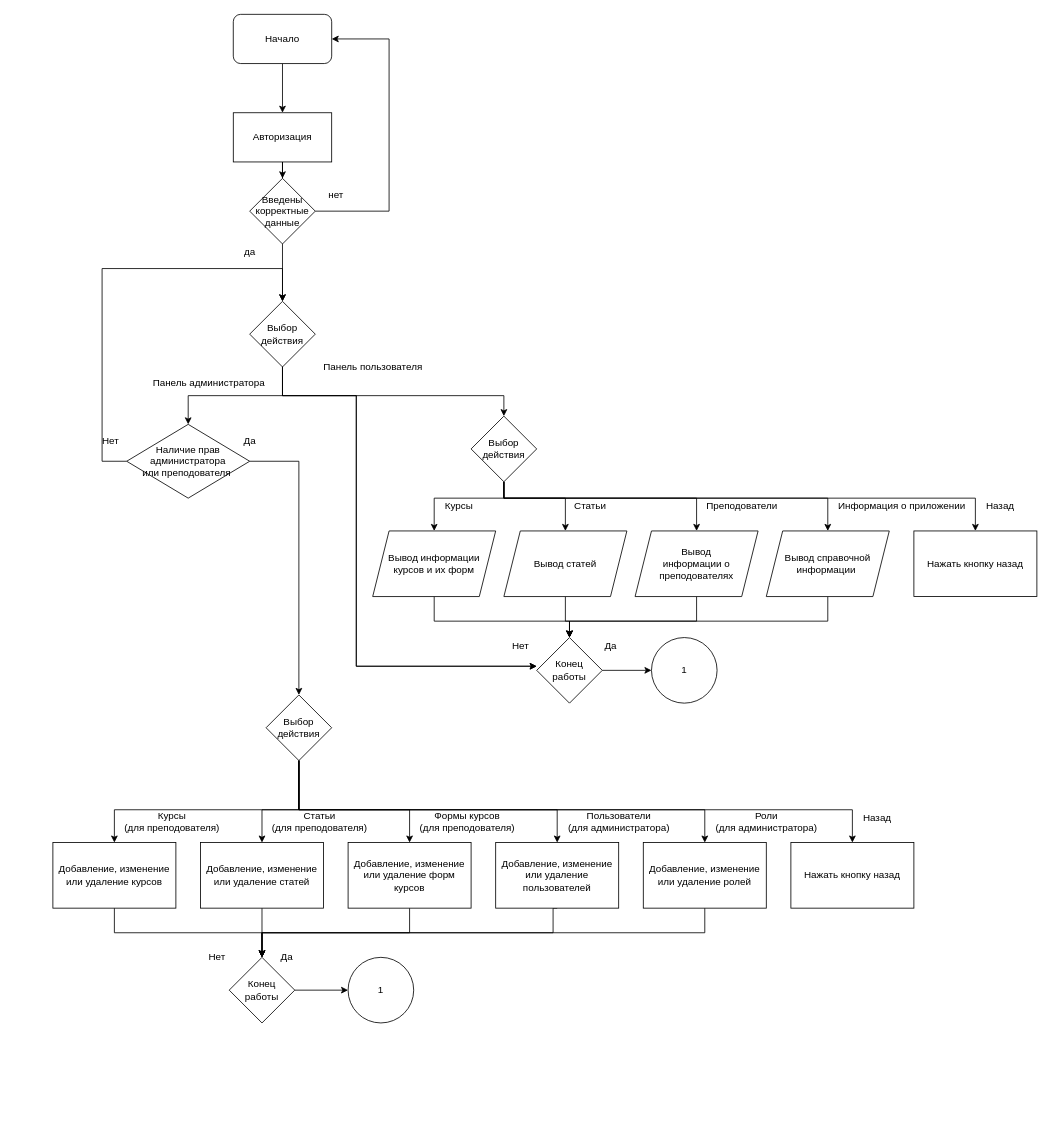
Earlier version of the draw.io diagram Untitled Diagram.drawio (daniil-filippov-lans/diplom). Source tidied: cells renumbered, new cells numbered last; positions are measured from the earlier drawing's top-left corner, leaving out a move shared by most shapes. Both pictures are drawn from the tidied source at 82%, with x=0, y=0 at pixel (52, 14).
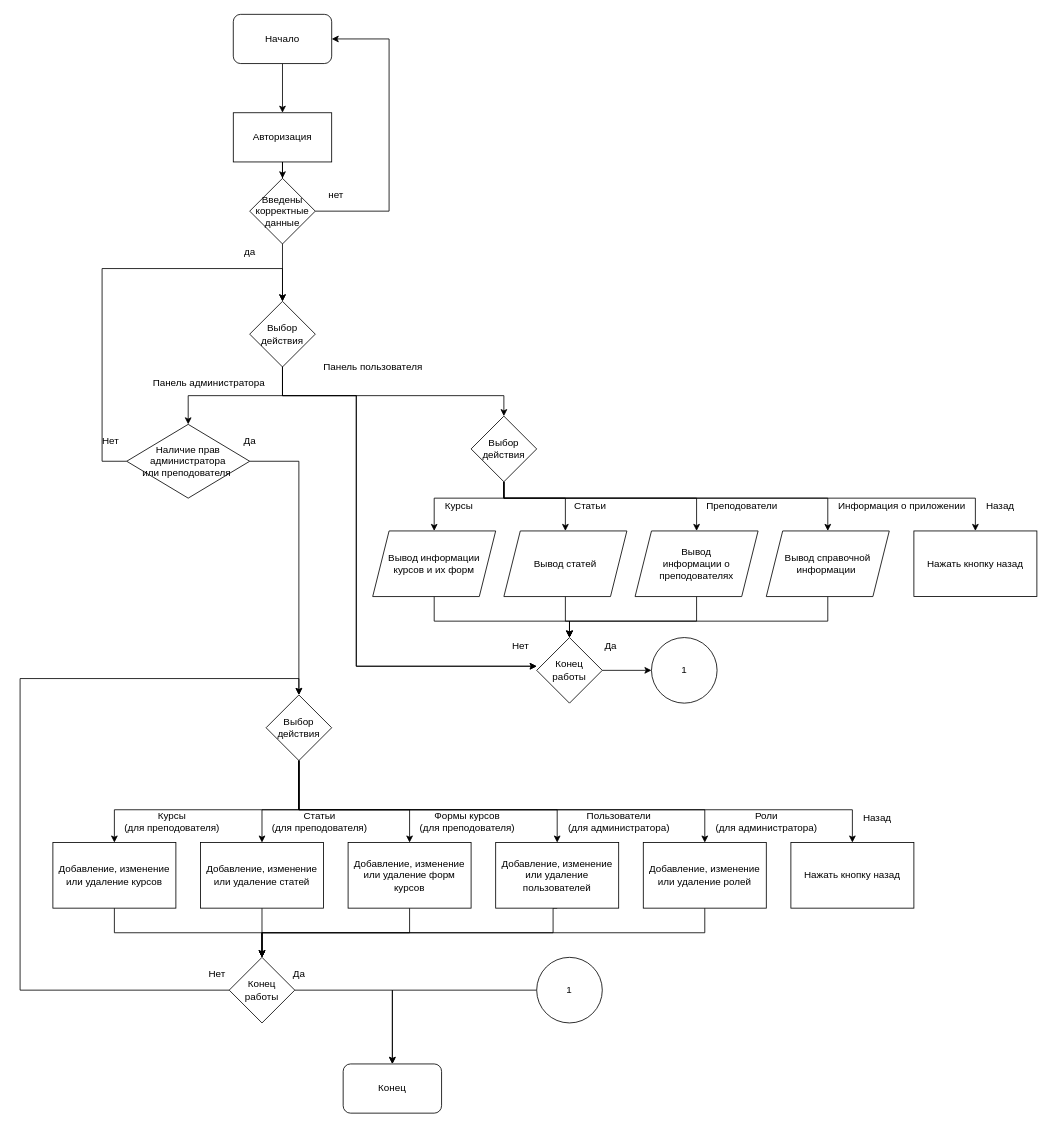
After the change.

Unchanged cells that the change refers to:
```xml
<mxCell id="54" value="Выбор действия" style="rhombus;whiteSpace=wrap;html=1;rounded=0;" parent="1" vertex="1">
  <mxGeometry x="260" y="830" width="80" height="80" as="geometry" />
</mxCell>
<mxCell id="56" value="Конец&lt;br&gt;работы" style="rhombus;whiteSpace=wrap;html=1;rounded=0;" parent="1" vertex="1">
  <mxGeometry x="215" y="1150" width="80" height="80" as="geometry" />
</mxCell>
```

Diff of the diagram source:
```diff
@@
-    <mxCell id="55" style="edgeStyle=orthogonalEdgeStyle;rounded=0;jettySize=auto;html=1;" parent="1" edge="1" source="56" target="69">
+    <mxCell id="55" style="edgeStyle=orthogonalEdgeStyle;rounded=0;jettySize=auto;html=1;entryX=0.5;entryY=0;entryDx=0;entryDy=0;" parent="1" edge="1" source="56" target="79">
       <mxGeometry relative="1" as="geometry" />
     </mxCell>
+    <mxCell id="77" style="edgeStyle=orthogonalEdgeStyle;rounded=0;jettySize=auto;html=1;entryX=0.5;entryY=0;entryDx=0;entryDy=0;" parent="1" edge="1" source="56" target="54">
+      <mxGeometry relative="1" as="geometry">
+        <Array as="points">
+          <mxPoint x="-40" y="1190" />
+          <mxPoint x="-40" y="810" />
+          <mxPoint x="300" y="810" />
+        </Array>
+      </mxGeometry>
+    </mxCell>
@@
     <mxCell id="67" value="Нет" style="text;html=1;align=center;verticalAlign=middle;strokeColor=none;fillColor=none;" parent="1" vertex="1">
-      <mxGeometry x="180" y="1140" width="40" height="20" as="geometry" />
+      <mxGeometry x="180" y="1160" width="40" height="20" as="geometry" />
     </mxCell>
     <mxCell id="68" value="Да" style="text;html=1;align=center;verticalAlign=middle;strokeColor=none;fillColor=none;" parent="1" vertex="1">
-      <mxGeometry x="270" y="1140" width="30" height="20" as="geometry" />
+      <mxGeometry x="285" y="1160" width="30" height="20" as="geometry" />
     </mxCell>
+    <mxCell id="78" style="edgeStyle=orthogonalEdgeStyle;rounded=0;jettySize=auto;html=1;entryX=0.5;entryY=0;entryDx=0;entryDy=0;" parent="1" edge="1" source="69" target="79">
+      <mxGeometry relative="1" as="geometry" />
+    </mxCell>
     <mxCell id="69" value="1" style="ellipse;whiteSpace=wrap;html=1;" parent="1" vertex="1">
-      <mxGeometry x="360" y="1150" width="80" height="80" as="geometry" />
+      <mxGeometry x="590" y="1150" width="80" height="80" as="geometry" />
     </mxCell>
@@
+    <mxCell id="79" value="Конец" style="rounded=1;whiteSpace=wrap;html=1;" parent="1" vertex="1">
+      <mxGeometry x="354" y="1280" width="120" height="60" as="geometry" />
+    </mxCell>
```
